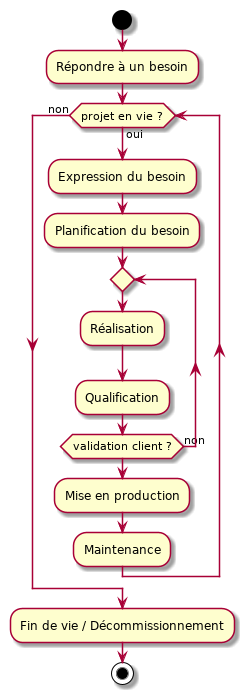
Earlier version of the PlantUML export img/cycle-vie-projet.png (sylvainmetayer/epsi-memoire). Its diagram source:
```plantuml
@startuml
start
:Répondre à un besoin;
while (projet en vie ?) is (oui)
  :Expression du besoin;
  :Planification du besoin;
  repeat
  :Réalisation;
  :Qualification;
  repeat while (validation client ?) is (non)
  :Mise en production;
  :Maintenance;
endwhile (non)
:Fin de vie / Décommissionnement;
stop
@enduml
```
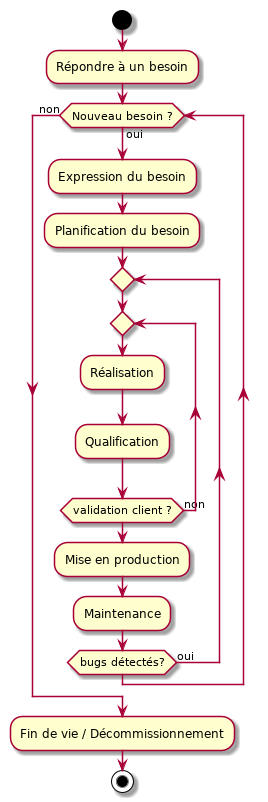
The same diagram one commit later.

Diff of the diagram source:
```diff
@@ -1,16 +1,19 @@
 @startuml
 start
 :Répondre à un besoin;
-while (projet en vie ?) is (oui)
+while (Nouveau besoin ?) is (oui)
   :Expression du besoin;
   :Planification du besoin;
+  repeat
   repeat
   :Réalisation;
   :Qualification;
   repeat while (validation client ?) is (non)
   :Mise en production;
   :Maintenance;
+  repeat while (bugs détectés?) is (oui)
 endwhile (non)
+
 :Fin de vie / Décommissionnement;
 stop
 @enduml
```
